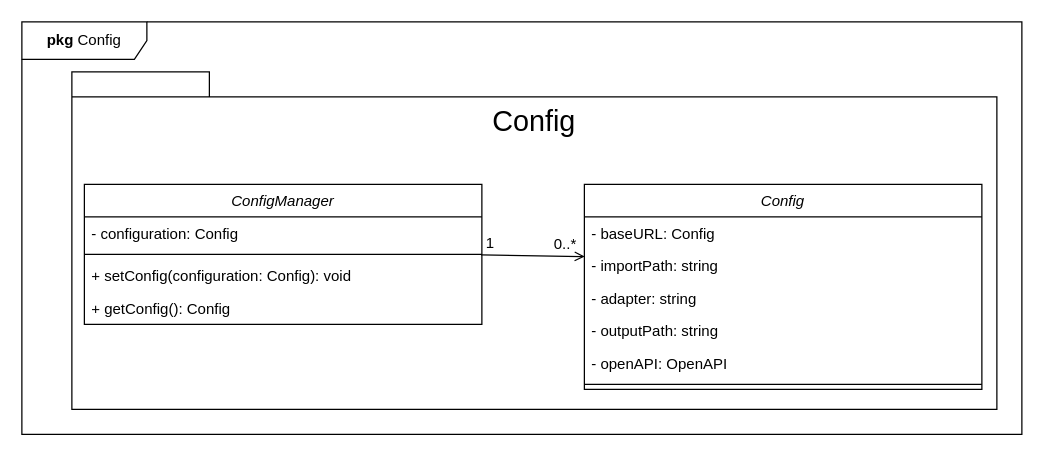
This is page "Config" (3 of 4) of Documentacao/Diagrama de classes/diagrama de classe.drawio from ICEI-PUC-Minas-PPLES-TI/plf-es-2025-2-tcci-0393100-dev-arthur-gomes, a draw.io file, before an edit. Source tidied: cells renumbered, new cells numbered last; positions are measured from the earlier drawing's top-left corner, leaving out a move shared by most shapes. Both pictures are drawn from the tidied source at 125%, with x=0, y=0 at pixel (21, 21).
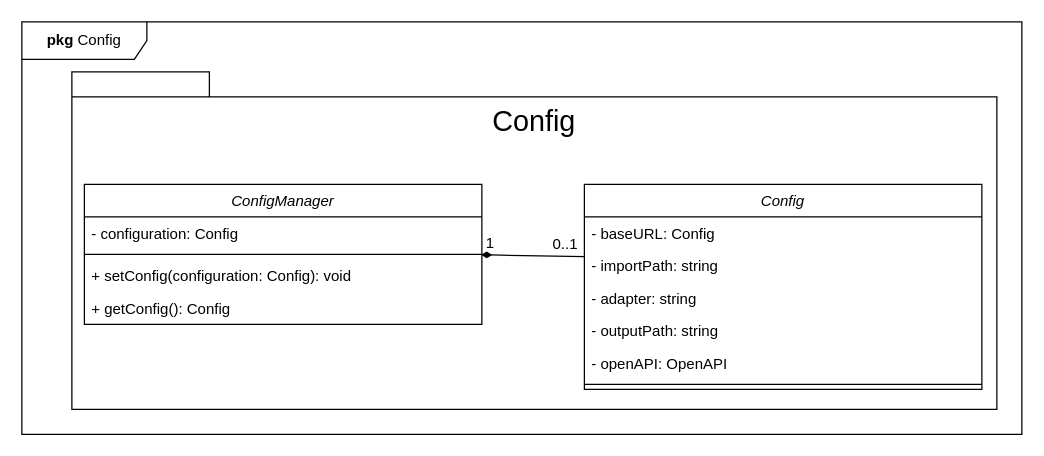
After the change.

Unchanged cells that the change refers to:
```xml
<mxCell id="7" style="line;html=1;strokeWidth=1;align=left;verticalAlign=middle;spacingTop=-1;spacingLeft=3;spacingRight=3;labelPosition=right;points=[];portConstraint=eastwest;" parent="5" vertex="1">
  <mxGeometry y="52" width="318" height="8" as="geometry" />
</mxCell>
<mxCell id="12" value="- importPath: string" style="text;align=left;verticalAlign=top;spacingLeft=4;spacingRight=4;overflow=hidden;points=[[0,0.5],[1,0.5]];portConstraint=eastwest;" parent="10" vertex="1">
  <mxGeometry y="52" width="318" height="26" as="geometry" />
</mxCell>
```

Change to the diagram source:
```diff
@@
-    <mxCell id="17" style="endArrow=open;html=1;rounded=0;exitX=0.998;exitY=0.542;exitDx=0;exitDy=0;exitPerimeter=0;entryX=0.001;entryY=0.222;entryDx=0;entryDy=0;entryPerimeter=0;endFill=0;" parent="1" edge="1" source="7" target="12">
+    <mxCell id="17" style="endArrow=none;html=1;rounded=0;exitX=0.998;exitY=0.542;exitDx=0;exitDy=0;exitPerimeter=0;entryX=0.001;entryY=0.222;entryDx=0;entryDy=0;entryPerimeter=0;endFill=0;startArrow=diamondThin;startFill=1;" parent="1" edge="1" source="7" target="12">
       <mxGeometry relative="1" as="geometry" />
     </mxCell>
@@
-    <mxCell id="19" value="0..*" style="text;html=1;whiteSpace=wrap;strokeColor=none;fillColor=none;align=center;verticalAlign=middle;rounded=0;" parent="1" vertex="1">
+    <mxCell id="19" value="0..1" style="text;html=1;whiteSpace=wrap;strokeColor=none;fillColor=none;align=center;verticalAlign=middle;rounded=0;" parent="1" vertex="1">
       <mxGeometry x="420" y="163" width="30" height="30" as="geometry" />
     </mxCell>
```
